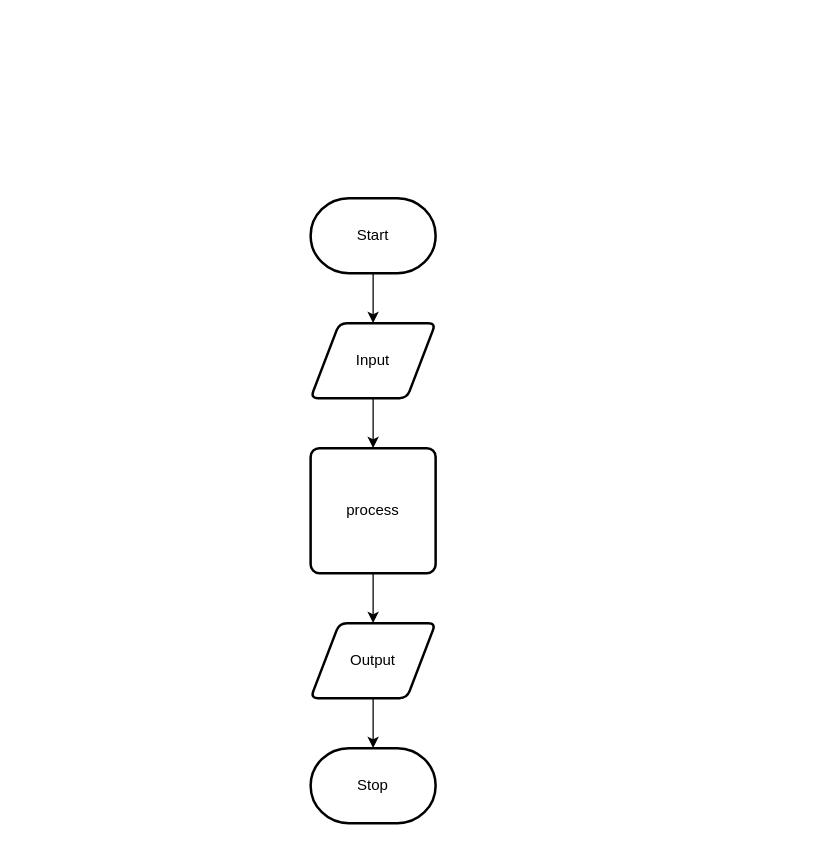
Emmanuel-Fofeyin/ICS2O-Unit5-05-HTML keeps this draw.io diagram as design/flow-chart.drawio. Above is the earlier version. Source tidied: cells renumbered, new cells numbered last; positions are measured from the earlier drawing's top-left corner, leaving out a move shared by most shapes. Both pictures are drawn from the tidied source at 125%, with x=0, y=0 at pixel (310, 198).
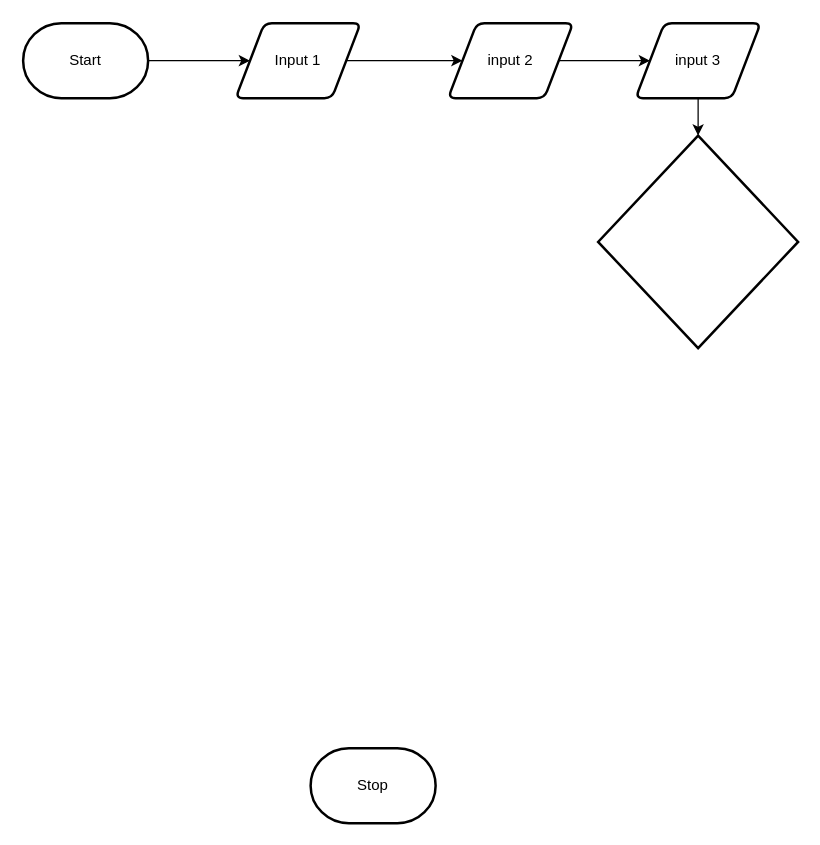
The same page after the edit.

What changed in the source:
```diff
@@
 <mxGraphModel>
   <root>
     <mxCell id="0" />
     <mxCell id="1" parent="0" />
     <mxCell id="2" style="edgeStyle=none;html=1;" parent="1" edge="1" source="3" target="5">
       <mxGeometry relative="1" as="geometry" />
     </mxCell>
     <mxCell id="3" value="Start" style="strokeWidth=2;html=1;shape=mxgraph.flowchart.terminator;whiteSpace=wrap;" parent="1" vertex="1">
-      <mxGeometry width="100" height="60" as="geometry" />
+      <mxGeometry x="-230" y="-140" width="100" height="60" as="geometry" />
     </mxCell>
-    <mxCell id="4" style="edgeStyle=none;html=1;" parent="1" edge="1" source="5" target="7">
+    <mxCell id="4" style="edgeStyle=none;html=1;entryX=0;entryY=0.5;entryDx=0;entryDy=0;" parent="1" edge="1" source="5" target="9">
       <mxGeometry relative="1" as="geometry" />
     </mxCell>
-    <mxCell id="5" value="Input" style="shape=parallelogram;html=1;strokeWidth=2;perimeter=parallelogramPerimeter;whiteSpace=wrap;rounded=1;arcSize=12;size=0.23;" parent="1" vertex="1">
-      <mxGeometry y="100" width="100" height="60" as="geometry" />
+    <mxCell id="5" value="Input 1" style="shape=parallelogram;html=1;strokeWidth=2;perimeter=parallelogramPerimeter;whiteSpace=wrap;rounded=1;arcSize=12;size=0.23;" parent="1" vertex="1">
+      <mxGeometry x="-60" y="-140" width="100" height="60" as="geometry" />
     </mxCell>
-    <mxCell id="6" style="edgeStyle=none;html=1;" parent="1" edge="1" source="7" target="9">
-      <mxGeometry relative="1" as="geometry" />
-    </mxCell>
-    <mxCell id="7" value="process" style="rounded=1;whiteSpace=wrap;html=1;absoluteArcSize=1;arcSize=14;strokeWidth=2;" parent="1" vertex="1">
-      <mxGeometry y="200" width="100" height="100" as="geometry" />
-    </mxCell>
-    <mxCell id="8" style="edgeStyle=none;html=1;" parent="1" edge="1" source="9" target="10">
-      <mxGeometry relative="1" as="geometry" />
-    </mxCell>
-    <mxCell id="9" value="Output" style="shape=parallelogram;html=1;strokeWidth=2;perimeter=parallelogramPerimeter;whiteSpace=wrap;rounded=1;arcSize=12;size=0.23;" parent="1" vertex="1">
-      <mxGeometry y="340" width="100" height="60" as="geometry" />
+    <mxCell id="9" value="input 2" style="shape=parallelogram;html=1;strokeWidth=2;perimeter=parallelogramPerimeter;whiteSpace=wrap;rounded=1;arcSize=12;size=0.23;" parent="1" vertex="1">
+      <mxGeometry x="110" y="-140" width="100" height="60" as="geometry" />
     </mxCell>
     <mxCell id="10" value="Stop" style="strokeWidth=2;html=1;shape=mxgraph.flowchart.terminator;whiteSpace=wrap;" parent="1" vertex="1">
       <mxGeometry y="440" width="100" height="60" as="geometry" />
     </mxCell>
+    <mxCell id="8" value="input 3" style="shape=parallelogram;html=1;strokeWidth=2;perimeter=parallelogramPerimeter;whiteSpace=wrap;rounded=1;arcSize=12;size=0.23;" parent="1" vertex="1">
+      <mxGeometry x="260" y="-140" width="100" height="60" as="geometry" />
+    </mxCell>
+    <mxCell id="11" style="edgeStyle=none;html=1;entryX=0;entryY=0.5;entryDx=0;entryDy=0;exitX=1;exitY=0.5;exitDx=0;exitDy=0;" parent="1" edge="1" source="9" target="8">
+      <mxGeometry relative="1" as="geometry" />
+    </mxCell>
+    <mxCell id="12" style="edgeStyle=none;html=1;exitX=0.5;exitY=1;exitDx=0;exitDy=0;entryX=0.5;entryY=0;entryDx=0;entryDy=0;entryPerimeter=0;" parent="1" edge="1" source="8" target="13">
+      <mxGeometry relative="1" as="geometry" />
+    </mxCell>
+    <mxCell id="13" style="strokeWidth=2;html=1;shape=mxgraph.flowchart.decision;whiteSpace=wrap;" parent="1" vertex="1">
+      <mxGeometry x="230" y="-50" width="160" height="170" as="geometry" />
+    </mxCell>
   </root>
 </mxGraphModel>
```
